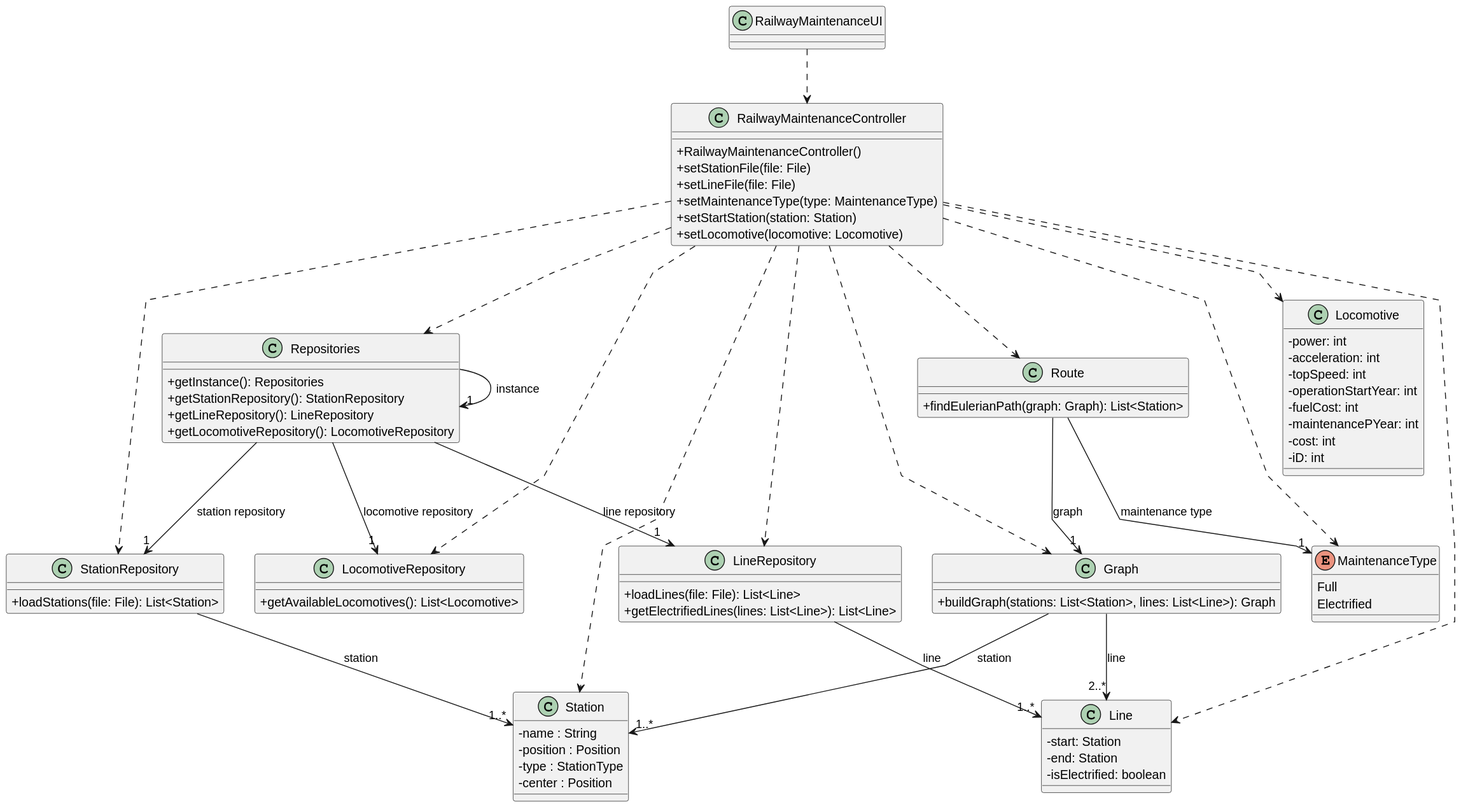
Earlier version of the PlantUML export Sprint2/US014/03.design/svg/US014-CD.svg (1240935/pi2-railway-simulator).
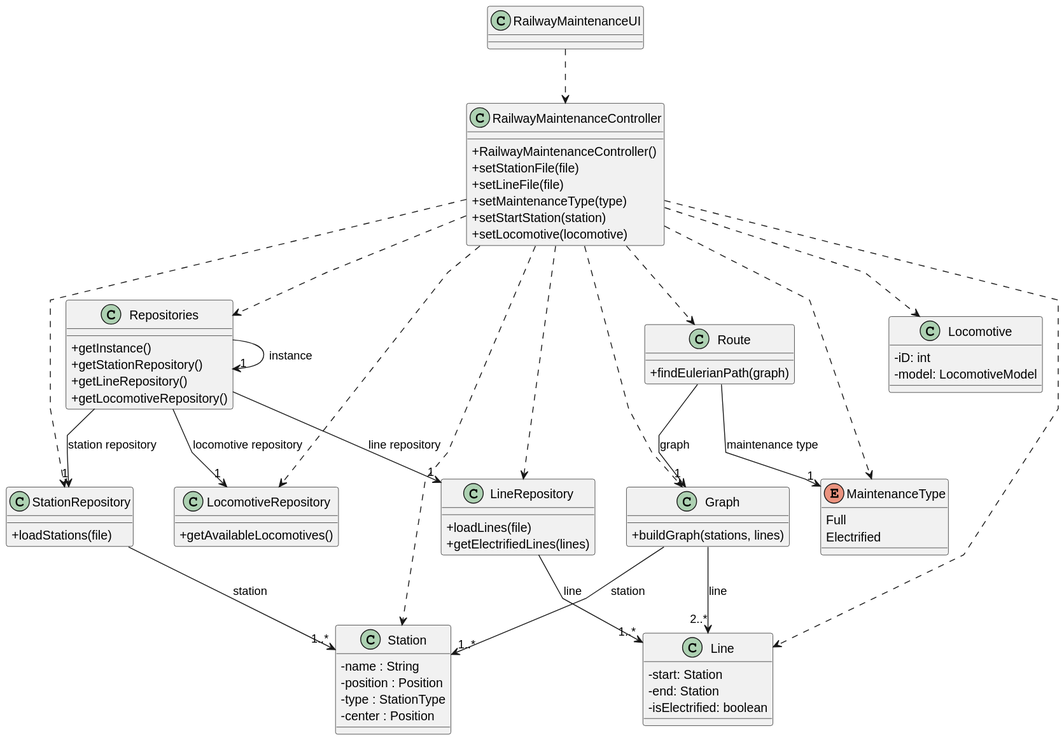
Above is the later version.

Diff of the diagram source:
```diff
@@ -12,39 +12,39 @@
 
 class RailwayMaintenanceController {
   +RailwayMaintenanceController()
-  +setStationFile(file: File)
-  +setLineFile(file: File)
-  +setMaintenanceType(type: MaintenanceType)
-  +setStartStation(station: Station)
-  +setLocomotive(locomotive: Locomotive)
+  +setStationFile(file)
+  +setLineFile(file)
+  +setMaintenanceType(type)
+  +setStartStation(station)
+  +setLocomotive(locomotive)
 }
 
 class Repositories {
-  +getInstance(): Repositories
-  +getStationRepository(): StationRepository
-  +getLineRepository(): LineRepository
-  +getLocomotiveRepository(): LocomotiveRepository
+  +getInstance()
+  +getStationRepository()
+  +getLineRepository()
+  +getLocomotiveRepository()
 }
 
 class StationRepository {
-  +loadStations(file: File): List<Station>
+  +loadStations(file)
 }
 
 class LineRepository {
-  +loadLines(file: File): List<Line>
-  +getElectrifiedLines(lines: List<Line>): List<Line>
+  +loadLines(file)
+  +getElectrifiedLines(lines)
 }
 
 class LocomotiveRepository {
-  +getAvailableLocomotives(): List<Locomotive>
+  +getAvailableLocomotives()
 }
 
 class Graph {
-  +buildGraph(stations: List<Station>, lines: List<Line>): Graph
-}
+  +buildGraph(stations, lines)
+  }
 
 class Route {
-  +findEulerianPath(graph: Graph): List<Station>
+  +findEulerianPath(graph)
 }
 
 class Station {
@@ -61,14 +61,8 @@
 }
 
 class Locomotive {
-    -power: int
-    -acceleration: int
-    -topSpeed: int
-    -operationStartYear: int
-    -fuelCost: int
-    -maintenancePYear: int
-    -cost: int
     -iD: int
+    -model: LocomotiveModel
 }
 
 enum MaintenanceType {
```
